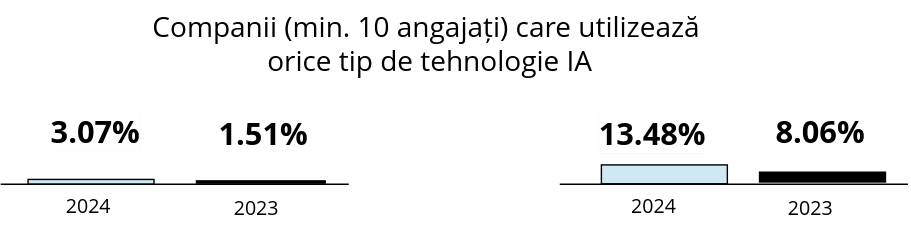
Earlier version of the draw.io export imagini/AI-Desi.svg (CozminaSecula/IA-Intro-Public). Source tidied: cells renumbered, new cells last; positions are measured from the earlier drawing's top-left corner, leaving out a move shared by most shapes. The source it was exported from:
```xml
<mxGraphModel>
  <root>
    <mxCell id="0" />
    <mxCell id="1" parent="0" />
    <mxCell id="2" style="group;fontFamily=Open Sans;fontSize=20;labelBackgroundColor=#000000;" parent="1" vertex="1">
      <mxGeometry y="4" width="650" height="160" as="geometry" />
    </mxCell>
    <mxCell id="3" style="endArrow=none;html=1;rounded=0;fontSize=20;fontFamily=Open Sans;" parent="2" edge="1">
      <mxGeometry relative="1" as="geometry">
        <mxPoint y="127.1" as="sourcePoint" />
        <mxPoint x="248.7" y="127.1" as="targetPoint" />
      </mxGeometry>
    </mxCell>
    <mxCell id="4" value="&lt;font&gt;&lt;span&gt;2024&lt;/span&gt;&lt;/font&gt;" style="text;html=1;align=center;verticalAlign=middle;strokeColor=none;fillColor=none;fontSize=14;fontFamily=Open Sans;fontStyle=0;" parent="2" vertex="1">
      <mxGeometry x="31.7" y="128.2" width="60" height="30" as="geometry" />
    </mxCell>
    <mxCell id="5" value="&lt;span&gt;&lt;span&gt;2023&lt;/span&gt;&lt;/span&gt;" style="text;html=1;align=center;verticalAlign=middle;strokeColor=none;fillColor=none;fontSize=14;fontFamily=Open Sans;fontStyle=0;" parent="2" vertex="1">
      <mxGeometry x="152" y="128.6" width="60" height="30" as="geometry" />
    </mxCell>
    <mxCell id="6" style="endArrow=none;html=1;rounded=0;fontSize=20;fontFamily=Open Sans;" parent="2" edge="1">
      <mxGeometry relative="1" as="geometry">
        <mxPoint x="399.5" y="127.1" as="sourcePoint" />
        <mxPoint x="648.3" y="127.1" as="targetPoint" />
      </mxGeometry>
    </mxCell>
    <mxCell id="7" value="&lt;font&gt;&lt;span&gt;2024&lt;/span&gt;&lt;/font&gt;" style="text;html=1;align=center;verticalAlign=middle;strokeColor=none;fillColor=none;fontSize=14;fontFamily=Open Sans;fontStyle=0;" parent="2" vertex="1">
      <mxGeometry x="436.3" y="128.2" width="60" height="30" as="geometry" />
    </mxCell>
    <mxCell id="8" value="&lt;span&gt;&lt;span&gt;2023&lt;/span&gt;&lt;/span&gt;" style="text;html=1;align=center;verticalAlign=middle;strokeColor=none;fillColor=none;fontSize=14;fontFamily=Open Sans;fontStyle=0;" parent="2" vertex="1">
      <mxGeometry x="547.5" y="128.6" width="60" height="30" as="geometry" />
    </mxCell>
    <mxCell id="9" value="Companii (min. 10 angajați)&amp;nbsp;care utilizează&amp;nbsp;&lt;br&gt;orice tip de tehnologie IA" style="text;html=1;align=center;verticalAlign=middle;strokeColor=none;fillColor=none;fontSize=20;fontFamily=Open Sans;" parent="2" vertex="1">
      <mxGeometry x="95.7" y="-4.2" width="420" height="60" as="geometry" />
    </mxCell>
    <mxCell id="10" value="&lt;font style=&quot;font-size: 22px;&quot;&gt;1.51%&lt;/font&gt;" style="text;html=1;align=center;verticalAlign=middle;strokeColor=none;fillColor=none;fontSize=24;fontStyle=1;fontFamily=Open Sans;" parent="2" vertex="1">
      <mxGeometry x="141.9" y="70.5" width="90" height="40" as="geometry" />
    </mxCell>
    <mxCell id="11" value="&lt;font style=&quot;font-size: 22px;&quot;&gt;8.06%&lt;/font&gt;" style="text;html=1;align=center;verticalAlign=middle;strokeColor=none;fillColor=none;fontSize=24;fontStyle=1;fontFamily=Open Sans;" parent="2" vertex="1">
      <mxGeometry x="540" y="68.9" width="90" height="40" as="geometry" />
    </mxCell>
    <mxCell id="12" value="&lt;font style=&quot;font-size: 22px; background-color: light-dark(rgb(255, 255, 255), rgb(24, 45, 55));&quot;&gt;3.07%&lt;/font&gt;" style="text;html=1;align=center;verticalAlign=middle;strokeColor=none;fillColor=none;fontSize=24;fontStyle=1;labelBackgroundColor=#CFE8F3;fontFamily=Open Sans;" parent="2" vertex="1">
      <mxGeometry x="21.5" y="69.4" width="90" height="40" as="geometry" />
    </mxCell>
    <mxCell id="13" style="rounded=0;whiteSpace=wrap;html=1;fillColor=#CFE8F3;" parent="2" vertex="1">
      <mxGeometry x="19.6" y="123.7" width="90" height="3.3" as="geometry" />
    </mxCell>
    <mxCell id="14" value="&lt;font style=&quot;font-size: 22px; background-color: light-dark(rgb(255, 255, 255), rgb(24, 45, 55));&quot;&gt;13.48%&lt;/font&gt;" style="text;html=1;align=center;verticalAlign=middle;strokeColor=none;fillColor=none;fontSize=24;fontStyle=1;labelBackgroundColor=#CFE8F3;fontFamily=Open Sans;" parent="2" vertex="1">
      <mxGeometry x="414.7" y="70" width="100" height="40" as="geometry" />
    </mxCell>
    <mxCell id="15" style="rounded=0;whiteSpace=wrap;html=1;fillColor=#000000;labelBackgroundColor=#000000;" parent="2" vertex="1">
      <mxGeometry x="542.3" y="118.5" width="90" height="7" as="geometry" />
    </mxCell>
    <mxCell id="16" style="rounded=0;whiteSpace=wrap;html=1;fillColor=#000000;labelBackgroundColor=#000000;" parent="2" vertex="1">
      <mxGeometry x="139.9" y="124.7" width="92" height="1.6" as="geometry" />
    </mxCell>
    <mxCell id="17" style="rounded=0;whiteSpace=wrap;html=1;fillColor=#CFE8F3;" parent="2" vertex="1">
      <mxGeometry x="429.3" y="113.3" width="90" height="13.5" as="geometry" />
    </mxCell>
  </root>
</mxGraphModel>
```
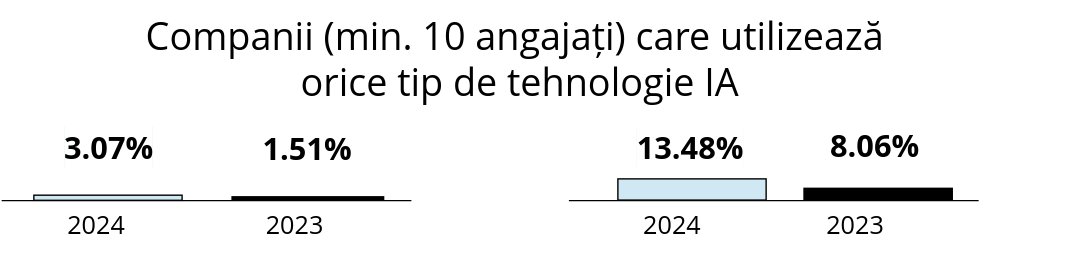
Later version of the same file.

Diff of the diagram source:
```diff
@@ -3,58 +3,58 @@
     <mxCell id="0" />
     <mxCell id="1" parent="0" />
     <mxCell id="2" style="group;fontFamily=Open Sans;fontSize=20;labelBackgroundColor=#000000;" parent="1" vertex="1">
-      <mxGeometry y="4" width="650" height="160" as="geometry" />
+      <mxGeometry y="4" width="766" height="180" as="geometry" />
     </mxCell>
     <mxCell id="3" style="endArrow=none;html=1;rounded=0;fontSize=20;fontFamily=Open Sans;" parent="2" edge="1">
       <mxGeometry relative="1" as="geometry">
-        <mxPoint y="127.1" as="sourcePoint" />
-        <mxPoint x="248.7" y="127.1" as="targetPoint" />
+        <mxPoint y="143" as="sourcePoint" />
+        <mxPoint x="293.1" y="143" as="targetPoint" />
       </mxGeometry>
     </mxCell>
-    <mxCell id="4" value="&lt;font&gt;&lt;span&gt;2024&lt;/span&gt;&lt;/font&gt;" style="text;html=1;align=center;verticalAlign=middle;strokeColor=none;fillColor=none;fontSize=14;fontFamily=Open Sans;fontStyle=0;" parent="2" vertex="1">
-      <mxGeometry x="31.7" y="128.2" width="60" height="30" as="geometry" />
+    <mxCell id="4" value="&lt;font&gt;&lt;span&gt;2024&lt;/span&gt;&lt;/font&gt;" style="text;html=1;align=center;verticalAlign=middle;strokeColor=none;fillColor=none;fontSize=18;fontFamily=Open Sans;fontStyle=0;" parent="2" vertex="1">
+      <mxGeometry x="37.4" y="139.7" width="60" height="40" as="geometry" />
     </mxCell>
-    <mxCell id="5" value="&lt;span&gt;&lt;span&gt;2023&lt;/span&gt;&lt;/span&gt;" style="text;html=1;align=center;verticalAlign=middle;strokeColor=none;fillColor=none;fontSize=14;fontFamily=Open Sans;fontStyle=0;" parent="2" vertex="1">
-      <mxGeometry x="152" y="128.6" width="60" height="30" as="geometry" />
+    <mxCell id="5" value="&lt;span&gt;&lt;span&gt;2023&lt;/span&gt;&lt;/span&gt;" style="text;html=1;align=center;verticalAlign=middle;strokeColor=none;fillColor=none;fontSize=18;fontFamily=Open Sans;fontStyle=0;" parent="2" vertex="1">
+      <mxGeometry x="179.1" y="140.1" width="60" height="40" as="geometry" />
     </mxCell>
     <mxCell id="6" style="endArrow=none;html=1;rounded=0;fontSize=20;fontFamily=Open Sans;" parent="2" edge="1">
       <mxGeometry relative="1" as="geometry">
-        <mxPoint x="399.5" y="127.1" as="sourcePoint" />
-        <mxPoint x="648.3" y="127.1" as="targetPoint" />
+        <mxPoint x="405.8" y="143" as="sourcePoint" />
+        <mxPoint x="699" y="143" as="targetPoint" />
       </mxGeometry>
     </mxCell>
-    <mxCell id="7" value="&lt;font&gt;&lt;span&gt;2024&lt;/span&gt;&lt;/font&gt;" style="text;html=1;align=center;verticalAlign=middle;strokeColor=none;fillColor=none;fontSize=14;fontFamily=Open Sans;fontStyle=0;" parent="2" vertex="1">
-      <mxGeometry x="436.3" y="128.2" width="60" height="30" as="geometry" />
+    <mxCell id="7" value="&lt;font&gt;&lt;span&gt;2024&lt;/span&gt;&lt;/font&gt;" style="text;html=1;align=center;verticalAlign=middle;strokeColor=none;fillColor=none;fontSize=18;fontFamily=Open Sans;fontStyle=0;" parent="2" vertex="1">
+      <mxGeometry x="449.1" y="139.7" width="60" height="40" as="geometry" />
     </mxCell>
-    <mxCell id="8" value="&lt;span&gt;&lt;span&gt;2023&lt;/span&gt;&lt;/span&gt;" style="text;html=1;align=center;verticalAlign=middle;strokeColor=none;fillColor=none;fontSize=14;fontFamily=Open Sans;fontStyle=0;" parent="2" vertex="1">
-      <mxGeometry x="547.5" y="128.6" width="60" height="30" as="geometry" />
+    <mxCell id="8" value="&lt;span&gt;&lt;span&gt;2023&lt;/span&gt;&lt;/span&gt;" style="text;html=1;align=center;verticalAlign=middle;strokeColor=none;fillColor=none;fontSize=18;fontFamily=Open Sans;fontStyle=0;" parent="2" vertex="1">
+      <mxGeometry x="580.2" y="140.1" width="60" height="40" as="geometry" />
     </mxCell>
-    <mxCell id="9" value="Companii (min. 10 angajați)&amp;nbsp;care utilizează&amp;nbsp;&lt;br&gt;orice tip de tehnologie IA" style="text;html=1;align=center;verticalAlign=middle;strokeColor=none;fillColor=none;fontSize=20;fontFamily=Open Sans;" parent="2" vertex="1">
-      <mxGeometry x="95.7" y="-4.2" width="420" height="60" as="geometry" />
+    <mxCell id="9" value="&lt;font style=&quot;font-size: 27px;&quot;&gt;Companii (min. 10 angajați)&amp;nbsp;care utilizează&amp;nbsp;&lt;br&gt;orice tip de tehnologie IA&lt;/font&gt;" style="text;html=1;align=center;verticalAlign=middle;strokeColor=none;fillColor=none;fontSize=20;fontFamily=Open Sans;" parent="2" vertex="1">
+      <mxGeometry x="90" y="1" width="560" height="80" as="geometry" />
     </mxCell>
     <mxCell id="10" value="&lt;font style=&quot;font-size: 22px;&quot;&gt;1.51%&lt;/font&gt;" style="text;html=1;align=center;verticalAlign=middle;strokeColor=none;fillColor=none;fontSize=24;fontStyle=1;fontFamily=Open Sans;" parent="2" vertex="1">
-      <mxGeometry x="141.9" y="70.5" width="90" height="40" as="geometry" />
+      <mxGeometry x="173.2" y="84.7" width="90" height="40" as="geometry" />
     </mxCell>
     <mxCell id="11" value="&lt;font style=&quot;font-size: 22px;&quot;&gt;8.06%&lt;/font&gt;" style="text;html=1;align=center;verticalAlign=middle;strokeColor=none;fillColor=none;fontSize=24;fontStyle=1;fontFamily=Open Sans;" parent="2" vertex="1">
-      <mxGeometry x="540" y="68.9" width="90" height="40" as="geometry" />
+      <mxGeometry x="579.4" y="82.9" width="90" height="40" as="geometry" />
     </mxCell>
     <mxCell id="12" value="&lt;font style=&quot;font-size: 22px; background-color: light-dark(rgb(255, 255, 255), rgb(24, 45, 55));&quot;&gt;3.07%&lt;/font&gt;" style="text;html=1;align=center;verticalAlign=middle;strokeColor=none;fillColor=none;fontSize=24;fontStyle=1;labelBackgroundColor=#CFE8F3;fontFamily=Open Sans;" parent="2" vertex="1">
-      <mxGeometry x="21.5" y="69.4" width="90" height="40" as="geometry" />
+      <mxGeometry x="31.4" y="83.5" width="90" height="40" as="geometry" />
     </mxCell>
     <mxCell id="13" style="rounded=0;whiteSpace=wrap;html=1;fillColor=#CFE8F3;" parent="2" vertex="1">
-      <mxGeometry x="19.6" y="123.7" width="90" height="3.3" as="geometry" />
+      <mxGeometry x="23" y="139.1" width="106.1" height="3.7" as="geometry" />
     </mxCell>
     <mxCell id="14" value="&lt;font style=&quot;font-size: 22px; background-color: light-dark(rgb(255, 255, 255), rgb(24, 45, 55));&quot;&gt;13.48%&lt;/font&gt;" style="text;html=1;align=center;verticalAlign=middle;strokeColor=none;fillColor=none;fontSize=24;fontStyle=1;labelBackgroundColor=#CFE8F3;fontFamily=Open Sans;" parent="2" vertex="1">
-      <mxGeometry x="414.7" y="70" width="100" height="40" as="geometry" />
+      <mxGeometry x="441.7" y="84.1" width="100" height="40" as="geometry" />
     </mxCell>
     <mxCell id="15" style="rounded=0;whiteSpace=wrap;html=1;fillColor=#000000;labelBackgroundColor=#000000;" parent="2" vertex="1">
-      <mxGeometry x="542.3" y="118.5" width="90" height="7" as="geometry" />
+      <mxGeometry x="574" y="134.2" width="106.1" height="8.5" as="geometry" />
     </mxCell>
     <mxCell id="16" style="rounded=0;whiteSpace=wrap;html=1;fillColor=#000000;labelBackgroundColor=#000000;" parent="2" vertex="1">
-      <mxGeometry x="139.9" y="124.7" width="92" height="1.6" as="geometry" />
+      <mxGeometry x="164.9" y="140.3" width="108.4" height="1.8" as="geometry" />
     </mxCell>
     <mxCell id="17" style="rounded=0;whiteSpace=wrap;html=1;fillColor=#CFE8F3;" parent="2" vertex="1">
-      <mxGeometry x="429.3" y="113.3" width="90" height="13.5" as="geometry" />
+      <mxGeometry x="440.9" y="127.5" width="106.1" height="15.2" as="geometry" />
     </mxCell>
   </root>
 </mxGraphModel>
```
